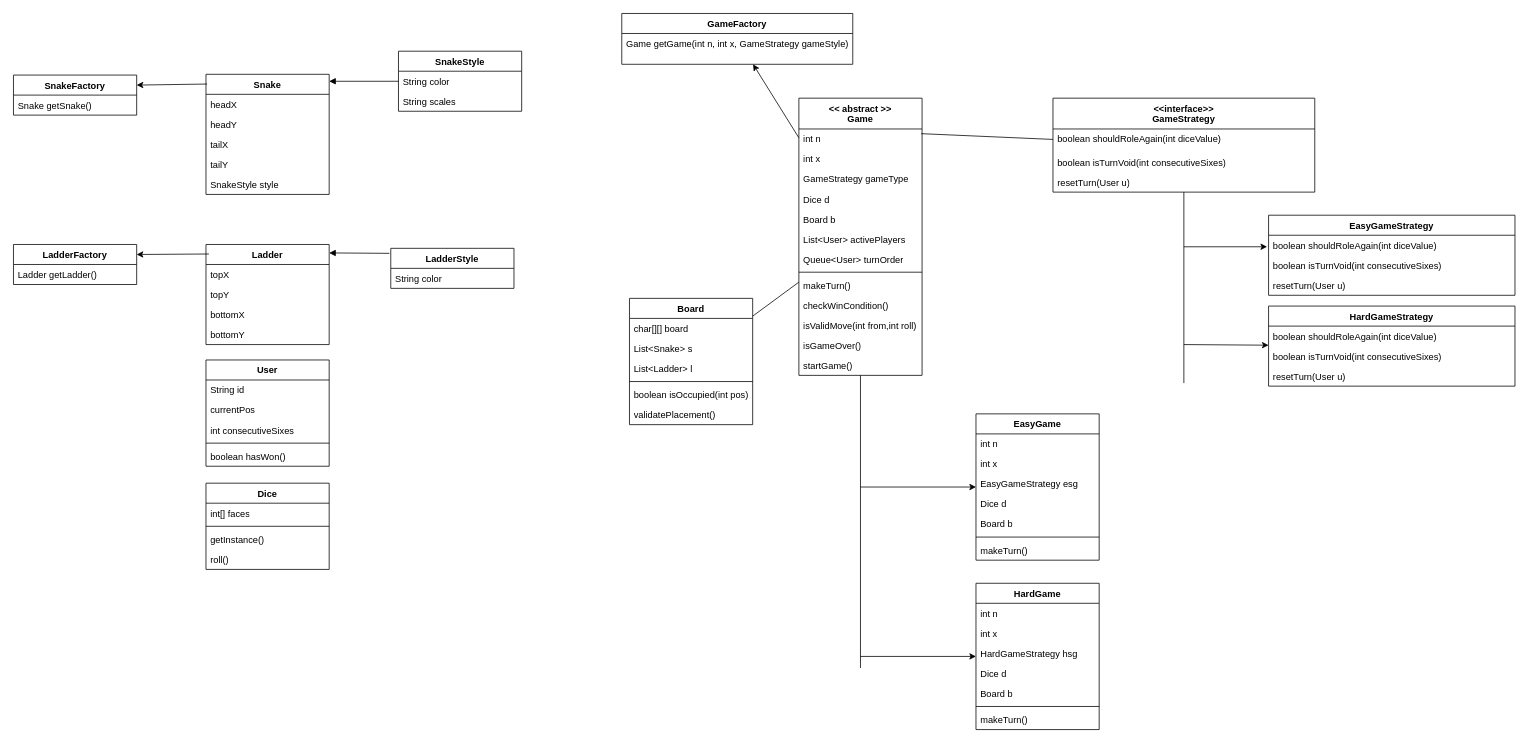
The draw.io diagram Snakes_Ladders_LLD.drawio in akshat-code21/snakes_ladders, before the edit. Source tidied: cells renumbered, new cells numbered last; positions are measured from the earlier drawing's top-left corner, leaving out a move shared by most shapes. Both pictures are drawn from the tidied source at 77%, with x=0, y=0 at pixel (13, 13).
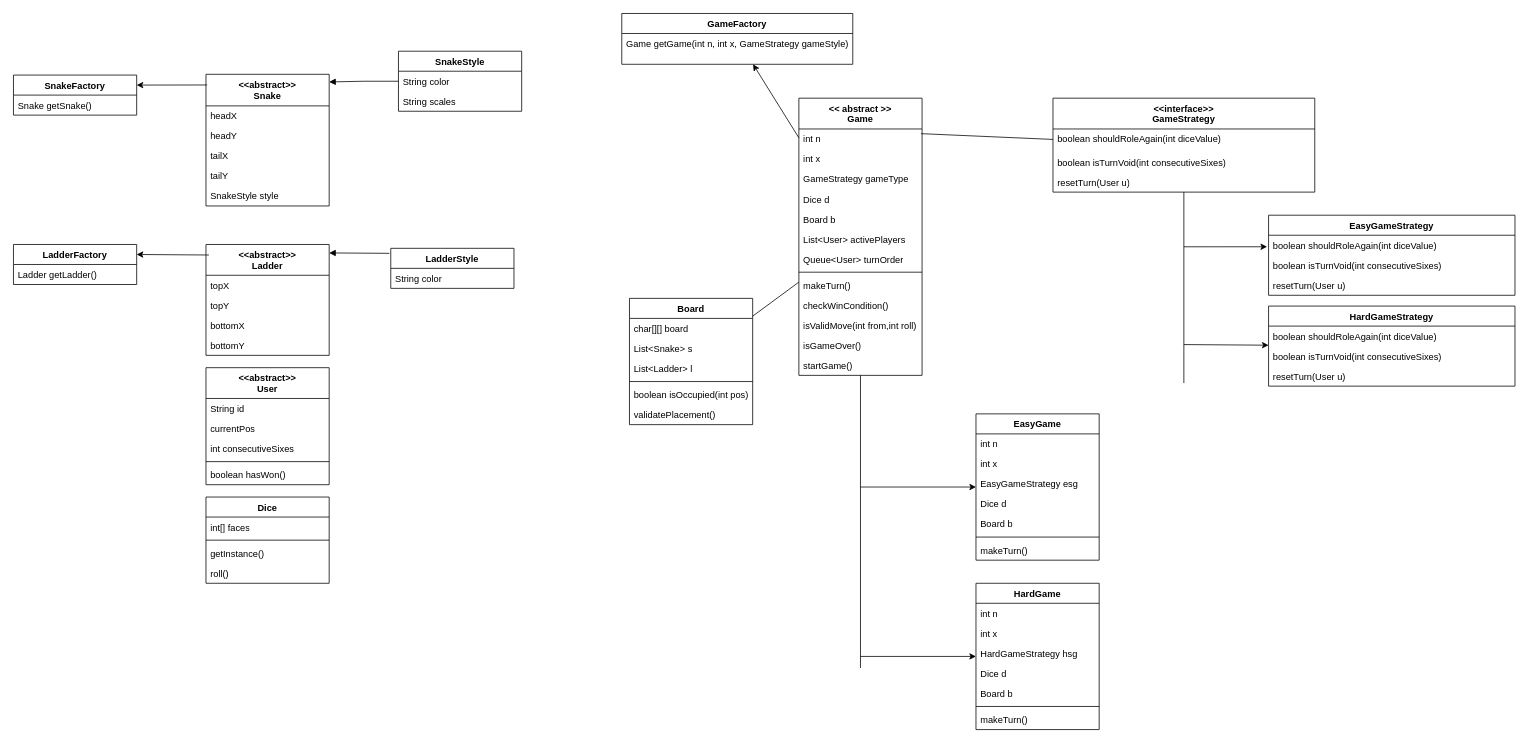
The same diagram, later.

What changed in the source:
```diff
@@
-    <mxCell id="23" value="Snake" style="swimlane;fontStyle=1;align=center;verticalAlign=top;horizontal=1;startSize=26;whiteSpace=wrap;html=1;" parent="1" vertex="1">
-      <mxGeometry x="250" y="79" width="160" height="156" as="geometry" />
+    <mxCell id="23" value="&lt;div&gt;&amp;lt;&amp;lt;abstract&amp;gt;&amp;gt;&lt;/div&gt;Snake" style="swimlane;fontStyle=1;align=center;verticalAlign=top;horizontal=1;startSize=41;whiteSpace=wrap;html=1;" parent="1" vertex="1">
+      <mxGeometry x="250" y="79" width="160" height="171" as="geometry" />
     </mxCell>
     <mxCell id="24" value="headX" style="text;strokeColor=none;fillColor=none;align=left;verticalAlign=top;spacingLeft=4;spacingRight=4;overflow=hidden;whiteSpace=wrap;html=1;" parent="23" vertex="1">
-      <mxGeometry y="26" width="160" height="26" as="geometry" />
+      <mxGeometry y="41" width="160" height="26" as="geometry" />
     </mxCell>
     <mxCell id="25" value="headY" style="text;strokeColor=none;fillColor=none;align=left;verticalAlign=top;spacingLeft=4;spacingRight=4;overflow=hidden;whiteSpace=wrap;html=1;" parent="23" vertex="1">
-      <mxGeometry y="52" width="160" height="26" as="geometry" />
+      <mxGeometry y="67" width="160" height="26" as="geometry" />
     </mxCell>
     <mxCell id="26" value="tailX" style="text;strokeColor=none;fillColor=none;align=left;verticalAlign=top;spacingLeft=4;spacingRight=4;overflow=hidden;whiteSpace=wrap;html=1;" parent="23" vertex="1">
-      <mxGeometry y="78" width="160" height="26" as="geometry" />
+      <mxGeometry y="93" width="160" height="26" as="geometry" />
     </mxCell>
     <mxCell id="27" value="tailY" style="text;strokeColor=none;fillColor=none;align=left;verticalAlign=top;spacingLeft=4;spacingRight=4;overflow=hidden;whiteSpace=wrap;html=1;" parent="23" vertex="1">
-      <mxGeometry y="104" width="160" height="26" as="geometry" />
+      <mxGeometry y="119" width="160" height="26" as="geometry" />
     </mxCell>
     <mxCell id="28" value="SnakeStyle style" style="text;strokeColor=none;fillColor=none;align=left;verticalAlign=top;spacingLeft=4;spacingRight=4;overflow=hidden;whiteSpace=wrap;html=1;" parent="23" vertex="1">
-      <mxGeometry y="130" width="160" height="26" as="geometry" />
+      <mxGeometry y="145" width="160" height="26" as="geometry" />
     </mxCell>
-    <mxCell id="29" value="Ladder" style="swimlane;fontStyle=1;align=center;verticalAlign=top;horizontal=1;startSize=26;whiteSpace=wrap;html=1;" parent="1" vertex="1">
-      <mxGeometry x="250" y="300" width="160" height="130" as="geometry" />
+    <mxCell id="29" value="&lt;div&gt;&amp;lt;&amp;lt;abstract&amp;gt;&amp;gt;&lt;/div&gt;Ladder" style="swimlane;fontStyle=1;align=center;verticalAlign=top;horizontal=1;startSize=40;whiteSpace=wrap;html=1;" parent="1" vertex="1">
+      <mxGeometry x="250" y="300" width="160" height="144" as="geometry" />
     </mxCell>
     <mxCell id="30" value="topX" style="text;strokeColor=none;fillColor=none;align=left;verticalAlign=top;spacingLeft=4;spacingRight=4;overflow=hidden;whiteSpace=wrap;html=1;" parent="29" vertex="1">
-      <mxGeometry y="26" width="160" height="26" as="geometry" />
+      <mxGeometry y="40" width="160" height="26" as="geometry" />
     </mxCell>
     <mxCell id="31" value="topY" style="text;strokeColor=none;fillColor=none;align=left;verticalAlign=top;spacingLeft=4;spacingRight=4;overflow=hidden;whiteSpace=wrap;html=1;" parent="29" vertex="1">
-      <mxGeometry y="52" width="160" height="26" as="geometry" />
+      <mxGeometry y="66" width="160" height="26" as="geometry" />
     </mxCell>
     <mxCell id="32" value="bottomX" style="text;strokeColor=none;fillColor=none;align=left;verticalAlign=top;spacingLeft=4;spacingRight=4;overflow=hidden;whiteSpace=wrap;html=1;" parent="29" vertex="1">
-      <mxGeometry y="78" width="160" height="26" as="geometry" />
+      <mxGeometry y="92" width="160" height="26" as="geometry" />
     </mxCell>
     <mxCell id="33" value="bottomY" style="text;strokeColor=none;fillColor=none;align=left;verticalAlign=top;spacingLeft=4;spacingRight=4;overflow=hidden;whiteSpace=wrap;html=1;" parent="29" vertex="1">
-      <mxGeometry y="104" width="160" height="26" as="geometry" />
+      <mxGeometry y="118" width="160" height="26" as="geometry" />
     </mxCell>
@@
     <mxCell id="41" value="Dice" style="swimlane;fontStyle=1;align=center;verticalAlign=top;horizontal=1;startSize=26;whiteSpace=wrap;html=1;" parent="1" vertex="1">
-      <mxGeometry x="250" y="610" width="160" height="112" as="geometry" />
+      <mxGeometry x="250" y="628" width="160" height="112" as="geometry" />
     </mxCell>
@@
-    <mxCell id="91" value="User" style="swimlane;fontStyle=1;align=center;verticalAlign=top;horizontal=1;startSize=26;whiteSpace=wrap;html=1;" parent="1" vertex="1">
-      <mxGeometry x="250" y="450" width="160" height="138" as="geometry" />
+    <mxCell id="91" value="&lt;div&gt;&amp;lt;&amp;lt;abstract&amp;gt;&amp;gt;&lt;/div&gt;User" style="swimlane;fontStyle=1;align=center;verticalAlign=top;horizontal=1;startSize=40;whiteSpace=wrap;html=1;" parent="1" vertex="1">
+      <mxGeometry x="250" y="460" width="160" height="152" as="geometry" />
     </mxCell>
     <mxCell id="92" value="String id" style="text;strokeColor=none;fillColor=none;align=left;verticalAlign=top;spacingLeft=4;spacingRight=4;overflow=hidden;whiteSpace=wrap;html=1;" parent="91" vertex="1">
-      <mxGeometry y="26" width="160" height="26" as="geometry" />
+      <mxGeometry y="40" width="160" height="26" as="geometry" />
     </mxCell>
     <mxCell id="93" value="currentPos" style="text;strokeColor=none;fillColor=none;align=left;verticalAlign=top;spacingLeft=4;spacingRight=4;overflow=hidden;whiteSpace=wrap;html=1;" parent="91" vertex="1">
-      <mxGeometry y="52" width="160" height="26" as="geometry" />
+      <mxGeometry y="66" width="160" height="26" as="geometry" />
     </mxCell>
     <mxCell id="94" value="int consecutiveSixes" style="text;strokeColor=none;fillColor=none;align=left;verticalAlign=top;spacingLeft=4;spacingRight=4;overflow=hidden;whiteSpace=wrap;html=1;" parent="91" vertex="1">
-      <mxGeometry y="78" width="160" height="26" as="geometry" />
+      <mxGeometry y="92" width="160" height="26" as="geometry" />
     </mxCell>
     <mxCell id="95" style="line;strokeWidth=1;fillColor=none;align=left;verticalAlign=middle;spacingTop=-1;spacingLeft=3;spacingRight=3;labelPosition=right;strokeColor=inherit;" parent="91" vertex="1">
-      <mxGeometry y="104" width="160" height="8" as="geometry" />
+      <mxGeometry y="118" width="160" height="8" as="geometry" />
     </mxCell>
     <mxCell id="96" value="boolean hasWon()" style="text;strokeColor=none;fillColor=none;align=left;verticalAlign=top;spacingLeft=4;spacingRight=4;overflow=hidden;whiteSpace=wrap;html=1;" parent="91" vertex="1">
-      <mxGeometry y="112" width="160" height="26" as="geometry" />
+      <mxGeometry y="126" width="160" height="26" as="geometry" />
     </mxCell>
```
